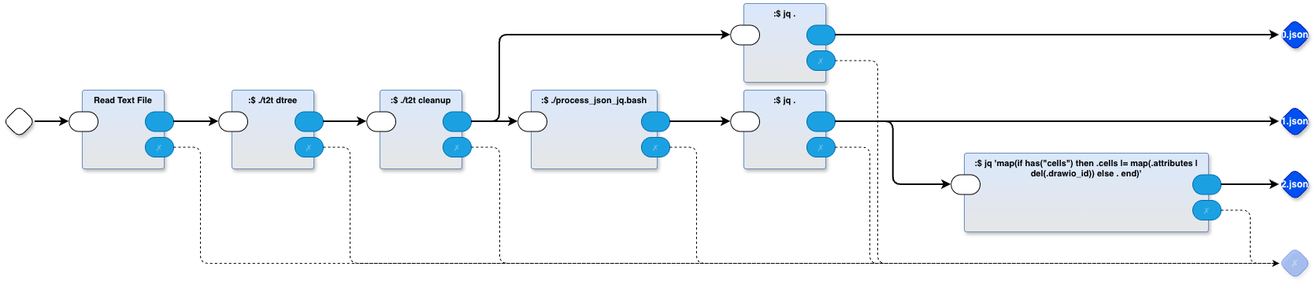
Above: status/dtree-transmogrifier-main.drawio.png in guitarvydas/dtree (draw.io), before the change. Source tidied: cells renumbered, new cells last; positions are measured from the earlier drawing's top-left corner, leaving out a move shared by most shapes.
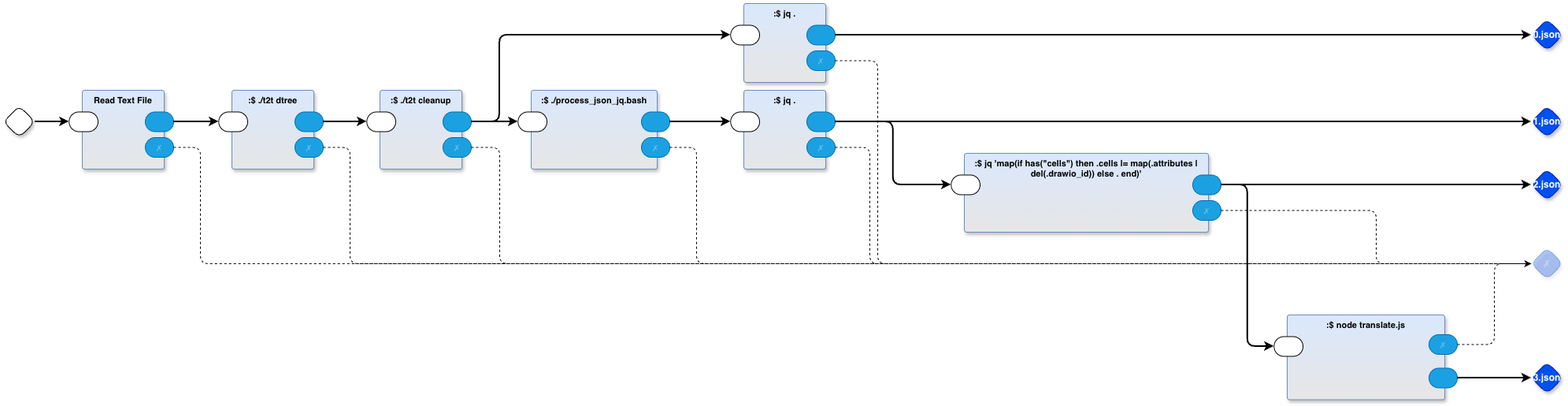
Later version of the same file.

What changed in the source:
```diff
@@ -6,10 +6,10 @@
       <mxGeometry y="130" width="40" height="40" as="geometry" />
     </mxCell>
     <mxCell id="3" value="1.json" style="rhombus;whiteSpace=wrap;html=1;rounded=1;fontStyle=1;glass=0;sketch=0;fontSize=12;points=[[0,0.5,0,0,0],[0.5,0,0,0,0],[0.5,1,0,0,0],[1,0.5,0,0,0]];shadow=1;fillColor=#0050ef;fontColor=#ffffff;strokeColor=#001DBC;fontFamily=Helvetica;labelBackgroundColor=none;" parent="1" vertex="1">
-      <mxGeometry x="1620" y="130" width="40" height="40" as="geometry" />
+      <mxGeometry x="1940" y="130" width="40" height="40" as="geometry" />
     </mxCell>
     <mxCell id="4" value="✗" style="rhombus;whiteSpace=wrap;html=1;rounded=1;fillColor=#0050ef;fontColor=#ffffff;strokeColor=#001DBC;fontStyle=1;glass=0;sketch=0;fontSize=12;points=[[0,0.5,0,0,0],[0.5,0,0,0,0],[0.5,1,0,0,0],[1,0.5,0,0,0]];shadow=1;opacity=30;textOpacity=30;labelBackgroundColor=none;" parent="1" vertex="1">
-      <mxGeometry x="1620" y="310" width="40" height="40" as="geometry" />
+      <mxGeometry x="1940" y="310" width="40" height="40" as="geometry" />
     </mxCell>
     <mxCell id="5" value=":$ ./t2t dtree" style="rounded=1;whiteSpace=wrap;verticalAlign=top;arcSize=6;fontStyle=1;absoluteArcSize=1;shadow=1;strokeColor=#6c8ebf;fillColor=#dae8fc;fontFamily=Helvetica;fontSize=11;gradientColor=#E6E6E6;fontColor=default;labelBackgroundColor=none;" parent="1" vertex="1">
       <mxGeometry x="290" y="110" width="104" height="100" as="geometry" />
@@ -104,7 +104,7 @@
       </mxGeometry>
     </mxCell>
     <mxCell id="29" value="0.json" style="rhombus;whiteSpace=wrap;html=1;rounded=1;fontStyle=1;glass=0;sketch=0;fontSize=12;points=[[0,0.5,0,0,0],[0.5,0,0,0,0],[0.5,1,0,0,0],[1,0.5,0,0,0]];shadow=1;fillColor=#0050ef;fontColor=#ffffff;strokeColor=#001DBC;fontFamily=Helvetica;labelBackgroundColor=none;" parent="1" vertex="1">
-      <mxGeometry x="1620" y="20" width="40" height="40" as="geometry" />
+      <mxGeometry x="1940" y="20" width="40" height="40" as="geometry" />
     </mxCell>
     <mxCell id="30" value=":$ jq ." style="rounded=1;whiteSpace=wrap;verticalAlign=top;arcSize=6;fontStyle=1;absoluteArcSize=1;shadow=1;strokeColor=#6c8ebf;fillColor=#dae8fc;fontFamily=Helvetica;fontSize=11;gradientColor=#E6E6E6;fontColor=default;labelBackgroundColor=none;" parent="1" vertex="1">
       <mxGeometry x="940" width="104" height="100" as="geometry" />
@@ -160,7 +160,7 @@
       <mxGeometry x="290" y="60" width="36" height="25" as="geometry" />
     </mxCell>
     <mxCell id="46" value="2.json" style="rhombus;whiteSpace=wrap;html=1;rounded=1;fontStyle=1;glass=0;sketch=0;fontSize=12;points=[[0,0.5,0,0,0],[0.5,0,0,0,0],[0.5,1,0,0,0],[1,0.5,0,0,0]];shadow=1;fillColor=#0050ef;fontColor=#ffffff;strokeColor=#001DBC;fontFamily=Helvetica;labelBackgroundColor=none;" parent="1" vertex="1">
-      <mxGeometry x="1620" y="210" width="40" height="40" as="geometry" />
+      <mxGeometry x="1940" y="210" width="40" height="40" as="geometry" />
     </mxCell>
     <mxCell id="47" style="edgeStyle=orthogonalEdgeStyle;shape=connector;curved=0;rounded=1;jettySize=auto;html=1;exitX=1;exitY=0.5;exitDx=0;exitDy=0;exitPerimeter=0;entryX=0;entryY=0.5;entryDx=0;entryDy=0;entryPerimeter=0;strokeColor=default;strokeWidth=2;align=center;verticalAlign=middle;fontFamily=Helvetica;fontSize=11;fontColor=default;labelBackgroundColor=default;endArrow=classic;" parent="1" edge="1" source="44" target="46">
       <mxGeometry relative="1" as="geometry" />
@@ -187,5 +187,29 @@
     <mxCell id="51" style="edgeStyle=orthogonalEdgeStyle;shape=connector;curved=0;rounded=1;jettySize=auto;html=1;exitX=1;exitY=0.5;exitDx=0;exitDy=0;exitPerimeter=0;entryX=0;entryY=0.5;entryDx=0;entryDy=0;entryPerimeter=0;strokeColor=default;strokeWidth=2;align=center;verticalAlign=middle;fontFamily=Helvetica;fontSize=11;fontColor=default;labelBackgroundColor=default;endArrow=classic;" parent="1" edge="1" source="36" target="43">
       <mxGeometry relative="1" as="geometry" />
     </mxCell>
+    <mxCell id="52" value=":$ node translate.js" style="rounded=1;whiteSpace=wrap;verticalAlign=top;arcSize=6;fontStyle=1;absoluteArcSize=1;shadow=1;strokeColor=#6c8ebf;fillColor=#dae8fc;fontFamily=Helvetica;fontSize=11;gradientColor=#E6E6E6;fontColor=default;labelBackgroundColor=none;" parent="1" vertex="1">
+      <mxGeometry x="1630" y="395" width="200" height="107.5" as="geometry" />
+    </mxCell>
+    <mxCell id="53" style="rounded=1;whiteSpace=wrap;sketch=0;points=[[0,0.5,0,0,0],[1,0.5,0,0,0]];arcSize=50;fontFamily=Helvetica;fontSize=11;fontColor=default;labelBackgroundColor=none;" parent="52" vertex="1">
+      <mxGeometry x="-16.8" y="27.5" width="36.8" height="25" as="geometry" />
+    </mxCell>
+    <mxCell id="54" value="✗" style="rounded=1;whiteSpace=wrap;sketch=0;points=[[0,0.5,0,0,0],[1,0.5,0,0,0]];fillColor=#1ba1e2;fontColor=#ffffff;strokeColor=#006EAF;arcSize=50;fontFamily=Helvetica;fontSize=11;textOpacity=30;labelBackgroundColor=none;" parent="52" vertex="1">
+      <mxGeometry x="180" y="25" width="36" height="25" as="geometry" />
+    </mxCell>
+    <mxCell id="55" style="rounded=1;whiteSpace=wrap;sketch=0;points=[[0,0.5,0,0,0],[1,0.5,0,0,0]];fillColor=#1ba1e2;fontColor=#ffffff;strokeColor=#006EAF;arcSize=50;fontFamily=Helvetica;fontSize=11;labelBackgroundColor=none;" parent="52" vertex="1">
+      <mxGeometry x="180" y="67.5" width="36" height="25" as="geometry" />
+    </mxCell>
+    <mxCell id="56" value="3.json" style="rhombus;whiteSpace=wrap;html=1;rounded=1;fontStyle=1;glass=0;sketch=0;fontSize=12;points=[[0,0.5,0,0,0],[0.5,0,0,0,0],[0.5,1,0,0,0],[1,0.5,0,0,0]];shadow=1;fillColor=#0050ef;fontColor=#ffffff;strokeColor=#001DBC;fontFamily=Helvetica;labelBackgroundColor=none;" parent="1" vertex="1">
+      <mxGeometry x="1940" y="455" width="40" height="40" as="geometry" />
+    </mxCell>
+    <mxCell id="57" style="edgeStyle=orthogonalEdgeStyle;rounded=1;jettySize=auto;html=1;exitX=1;exitY=0.5;exitDx=0;exitDy=0;exitPerimeter=0;entryX=0;entryY=0.5;entryDx=0;entryDy=0;entryPerimeter=0;strokeWidth=2;curved=0;" parent="1" edge="1" source="55" target="56">
+      <mxGeometry relative="1" as="geometry" />
+    </mxCell>
+    <mxCell id="58" style="edgeStyle=orthogonalEdgeStyle;shape=connector;curved=0;rounded=1;jettySize=auto;html=1;exitX=1;exitY=0.5;exitDx=0;exitDy=0;exitPerimeter=0;entryX=0;entryY=0.5;entryDx=0;entryDy=0;entryPerimeter=0;strokeColor=default;strokeWidth=2;align=center;verticalAlign=middle;fontFamily=Helvetica;fontSize=11;fontColor=default;labelBackgroundColor=default;endArrow=classic;" parent="1" edge="1" source="44" target="53">
+      <mxGeometry relative="1" as="geometry" />
+    </mxCell>
+    <mxCell id="59" style="edgeStyle=orthogonalEdgeStyle;shape=connector;curved=0;rounded=1;jettySize=auto;html=1;exitX=1;exitY=0.5;exitDx=0;exitDy=0;exitPerimeter=0;entryX=0;entryY=0.5;entryDx=0;entryDy=0;entryPerimeter=0;strokeColor=default;strokeWidth=1;align=center;verticalAlign=middle;fontFamily=Helvetica;fontSize=11;fontColor=default;labelBackgroundColor=default;endArrow=classic;dashed=1;" parent="1" edge="1" source="54" target="4">
+      <mxGeometry relative="1" as="geometry" />
+    </mxCell>
   </root>
 </mxGraphModel>
```
